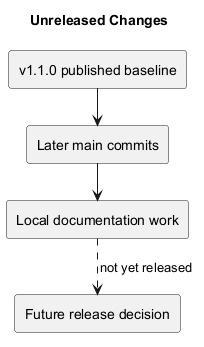
Before: docs/Releases/diagrams/unreleased.png, a diagram exported from PlantUML (Farhad-Valizadegan/Web-KanbanFlow).
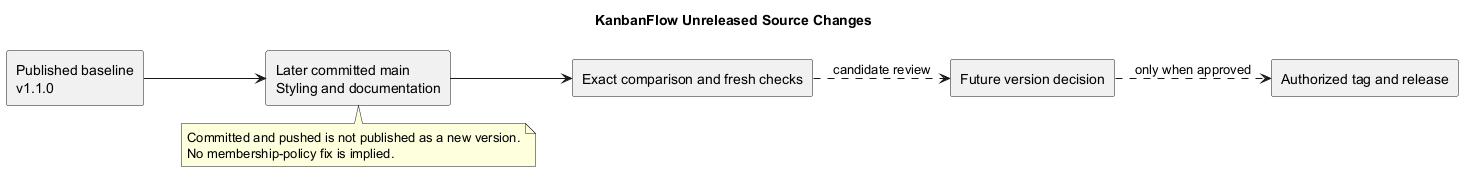
The same file after the commit.

Commit message:
docs: refresh unreleased inventory and source snapshot evidence

What changed in the source:
```diff
@@ -1,11 +1,18 @@
 @startuml
 !pragma layout smetana
-title Unreleased Changes
-rectangle "v1.1.0 published baseline" as B
-rectangle "Later main commits" as M
-rectangle "Local documentation work" as L
-rectangle "Future release decision" as R
+title KanbanFlow Unreleased Source Changes
+left to right direction
+rectangle "Published baseline\nv1.1.0" as B
+rectangle "Later committed main\nStyling and documentation" as M
+rectangle "Exact comparison and fresh checks" as C
+rectangle "Future version decision" as V
+rectangle "Authorized tag and release" as R
 B --> M
-M --> L
-L ..> R : not yet released
+M --> C
+C ..> V : candidate review
+V ..> R : only when approved
+note bottom of M
+Committed and pushed is not published as a new version.
+No membership-policy fix is implied.
+end note
 @enduml
```
